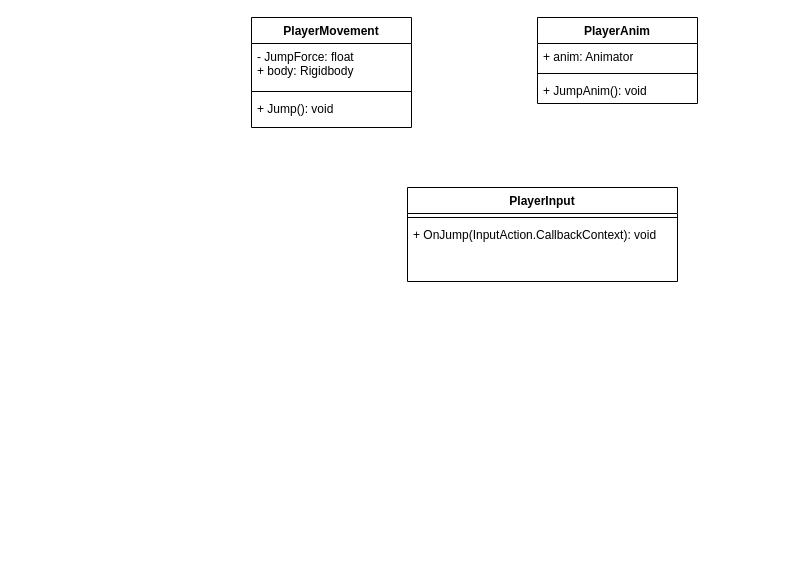
This is FlappyBirdUML.drawio from G4l3n/FloppyBird, a draw.io file, before an edit. Source tidied: cells renumbered, new cells numbered last; positions are measured from the earlier drawing's top-left corner, leaving out a move shared by most shapes. Both pictures are drawn from the tidied source at 100%, with x=0, y=0 at pixel (251, 17).
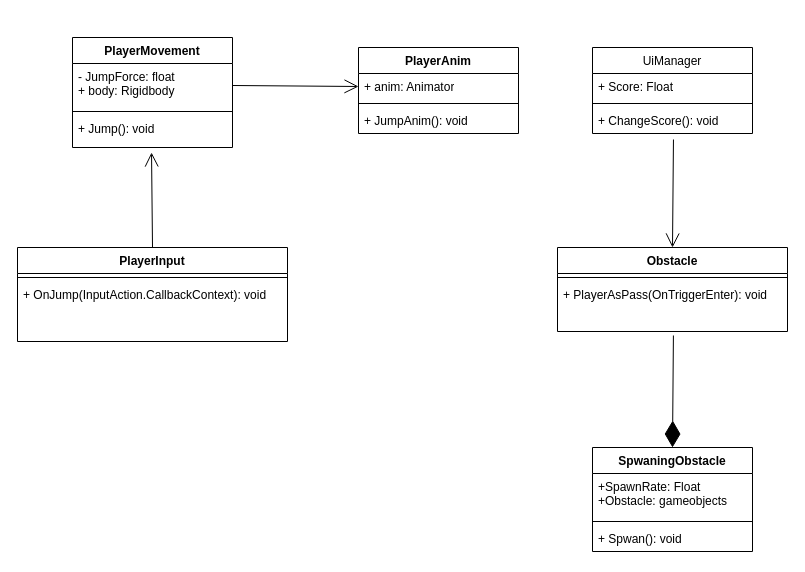
The same diagram, later.

Commit message:
Mettre à jour FlappyBirdUML.drawio

The change refers to these unchanged cells:
```xml
<mxCell id="3" value="- JumpForce: float&lt;br&gt;+ body: Rigidbody&lt;br&gt;" style="text;strokeColor=none;fillColor=none;align=left;verticalAlign=top;spacingLeft=4;spacingRight=4;overflow=hidden;points=[[0,0.5],[1,0.5]];portConstraint=eastwest;whiteSpace=wrap;html=1;" parent="2" vertex="1">
  <mxGeometry y="26" width="160" height="44" as="geometry" />
</mxCell>
<mxCell id="5" value="+ Jump(): void" style="text;strokeColor=none;fillColor=none;align=left;verticalAlign=top;spacingLeft=4;spacingRight=4;overflow=hidden;points=[[0,0.5],[1,0.5]];portConstraint=eastwest;whiteSpace=wrap;html=1;" parent="2" vertex="1">
  <mxGeometry y="78" width="160" height="32" as="geometry" />
</mxCell>
<mxCell id="7" value="+ anim: Animator" style="text;strokeColor=none;fillColor=none;align=left;verticalAlign=top;spacingLeft=4;spacingRight=4;overflow=hidden;points=[[0,0.5],[1,0.5]];portConstraint=eastwest;whiteSpace=wrap;html=1;" parent="6" vertex="1">
  <mxGeometry y="26" width="160" height="26" as="geometry" />
</mxCell>
```

Diff of the diagram source:
```diff
@@
     <mxCell id="2" value="PlayerMovement" style="swimlane;fontStyle=1;align=center;verticalAlign=top;horizontal=1;startSize=26;whiteSpace=wrap;html=1;" parent="1" vertex="1">
-      <mxGeometry width="160" height="110" as="geometry" />
+      <mxGeometry x="-179" y="20" width="160" height="110" as="geometry" />
     </mxCell>
@@
     <mxCell id="6" value="PlayerAnim" style="swimlane;fontStyle=1;align=center;verticalAlign=top;horizontal=1;startSize=26;whiteSpace=wrap;html=1;" parent="1" vertex="1">
-      <mxGeometry x="286" width="160" height="86" as="geometry" />
+      <mxGeometry x="107" y="30" width="160" height="86" as="geometry" />
     </mxCell>
@@
     <mxCell id="10" value="PlayerInput" style="swimlane;fontStyle=1;align=center;verticalAlign=top;horizontal=1;startSize=26;whiteSpace=wrap;html=1;" parent="1" vertex="1">
-      <mxGeometry x="156" y="170" width="270" height="94" as="geometry" />
+      <mxGeometry x="-234" y="230" width="270" height="94" as="geometry" />
     </mxCell>
@@
+    <mxCell id="13" style="endArrow=open;endFill=1;endSize=12;html=1;rounded=0;entryX=0.494;entryY=1.156;entryDx=0;entryDy=0;entryPerimeter=0;exitX=0.5;exitY=0;exitDx=0;exitDy=0;" parent="1" edge="1" source="10" target="5">
+      <mxGeometry relative="1" as="geometry" />
+    </mxCell>
+    <mxCell id="14" style="endArrow=open;endFill=1;endSize=12;html=1;rounded=0;exitX=1;exitY=0.5;exitDx=0;exitDy=0;entryX=0;entryY=0.5;entryDx=0;entryDy=0;" parent="1" edge="1" source="3" target="7">
+      <mxGeometry relative="1" as="geometry" />
+    </mxCell>
+    <mxCell id="15" value="UiManager" style="swimlane;fontStyle=0;align=center;verticalAlign=top;horizontal=1;startSize=26;whiteSpace=wrap;html=1;" parent="1" vertex="1">
+      <mxGeometry x="341" y="30" width="160" height="86" as="geometry" />
+    </mxCell>
+    <mxCell id="16" value="+ Score: Float" style="text;strokeColor=none;fillColor=none;align=left;verticalAlign=top;spacingLeft=4;spacingRight=4;overflow=hidden;whiteSpace=wrap;html=1;fontStyle=0;" parent="15" vertex="1">
+      <mxGeometry y="26" width="160" height="26" as="geometry" />
+    </mxCell>
+    <mxCell id="17" style="line;strokeWidth=1;fillColor=none;align=left;verticalAlign=middle;spacingTop=-1;spacingLeft=3;spacingRight=3;labelPosition=right;strokeColor=inherit;fontStyle=0;" parent="15" vertex="1">
+      <mxGeometry y="52" width="160" height="8" as="geometry" />
+    </mxCell>
+    <mxCell id="18" value="+ ChangeScore(): void" style="text;strokeColor=none;fillColor=none;align=left;verticalAlign=top;spacingLeft=4;spacingRight=4;overflow=hidden;points=[[0,0.5],[1,0.5]];portConstraint=eastwest;whiteSpace=wrap;html=1;fontStyle=0;" parent="15" vertex="1">
+      <mxGeometry y="60" width="160" height="26" as="geometry" />
+    </mxCell>
+    <mxCell id="19" value="Obstacle" style="swimlane;fontStyle=1;align=center;verticalAlign=top;horizontal=1;startSize=26;whiteSpace=wrap;html=1;" parent="1" vertex="1">
+      <mxGeometry x="306" y="230" width="230" height="84" as="geometry" />
+    </mxCell>
+    <mxCell id="20" style="line;strokeWidth=1;fillColor=none;align=left;verticalAlign=middle;spacingTop=-1;spacingLeft=3;spacingRight=3;labelPosition=right;strokeColor=inherit;" parent="19" vertex="1">
+      <mxGeometry y="26" width="230" height="8" as="geometry" />
+    </mxCell>
+    <mxCell id="21" value="+ PlayerAsPass(OnTriggerEnter): void" style="text;strokeColor=none;fillColor=none;align=left;verticalAlign=top;spacingLeft=4;spacingRight=4;overflow=hidden;points=[[0,0.5],[1,0.5]];portConstraint=eastwest;whiteSpace=wrap;html=1;" parent="19" vertex="1">
+      <mxGeometry y="34" width="230" height="50" as="geometry" />
+    </mxCell>
+    <mxCell id="22" value="SpwaningObstacle" style="swimlane;fontStyle=1;align=center;verticalAlign=top;horizontal=1;startSize=26;whiteSpace=wrap;html=1;" parent="1" vertex="1">
+      <mxGeometry x="341" y="430" width="160" height="104" as="geometry" />
+    </mxCell>
+    <mxCell id="23" value="+SpawnRate: Float&lt;br&gt;+Obstacle: gameobjects" style="text;strokeColor=none;fillColor=none;align=left;verticalAlign=top;spacingLeft=4;spacingRight=4;overflow=hidden;whiteSpace=wrap;html=1;" parent="22" vertex="1">
+      <mxGeometry y="26" width="160" height="44" as="geometry" />
+    </mxCell>
+    <mxCell id="24" style="line;strokeWidth=1;fillColor=none;align=left;verticalAlign=middle;spacingTop=-1;spacingLeft=3;spacingRight=3;labelPosition=right;strokeColor=inherit;" parent="22" vertex="1">
+      <mxGeometry y="70" width="160" height="8" as="geometry" />
+    </mxCell>
+    <mxCell id="25" value="+ Spwan(): void" style="text;strokeColor=none;fillColor=none;align=left;verticalAlign=top;spacingLeft=4;spacingRight=4;overflow=hidden;whiteSpace=wrap;html=1;" parent="22" vertex="1">
+      <mxGeometry y="78" width="160" height="26" as="geometry" />
+    </mxCell>
+    <mxCell id="26" style="endArrow=diamondThin;endFill=1;endSize=24;html=1;rounded=0;exitX=0.504;exitY=1.08;exitDx=0;exitDy=0;exitPerimeter=0;entryX=0.5;entryY=0;entryDx=0;entryDy=0;" parent="1" edge="1" source="21" target="22">
+      <mxGeometry relative="1" as="geometry" />
+    </mxCell>
+    <mxCell id="27" style="endArrow=open;endFill=1;endSize=12;html=1;rounded=0;exitX=0.506;exitY=1.231;exitDx=0;exitDy=0;exitPerimeter=0;entryX=0.5;entryY=0;entryDx=0;entryDy=0;" parent="1" edge="1" source="18" target="19">
+      <mxGeometry relative="1" as="geometry" />
+    </mxCell>
```
